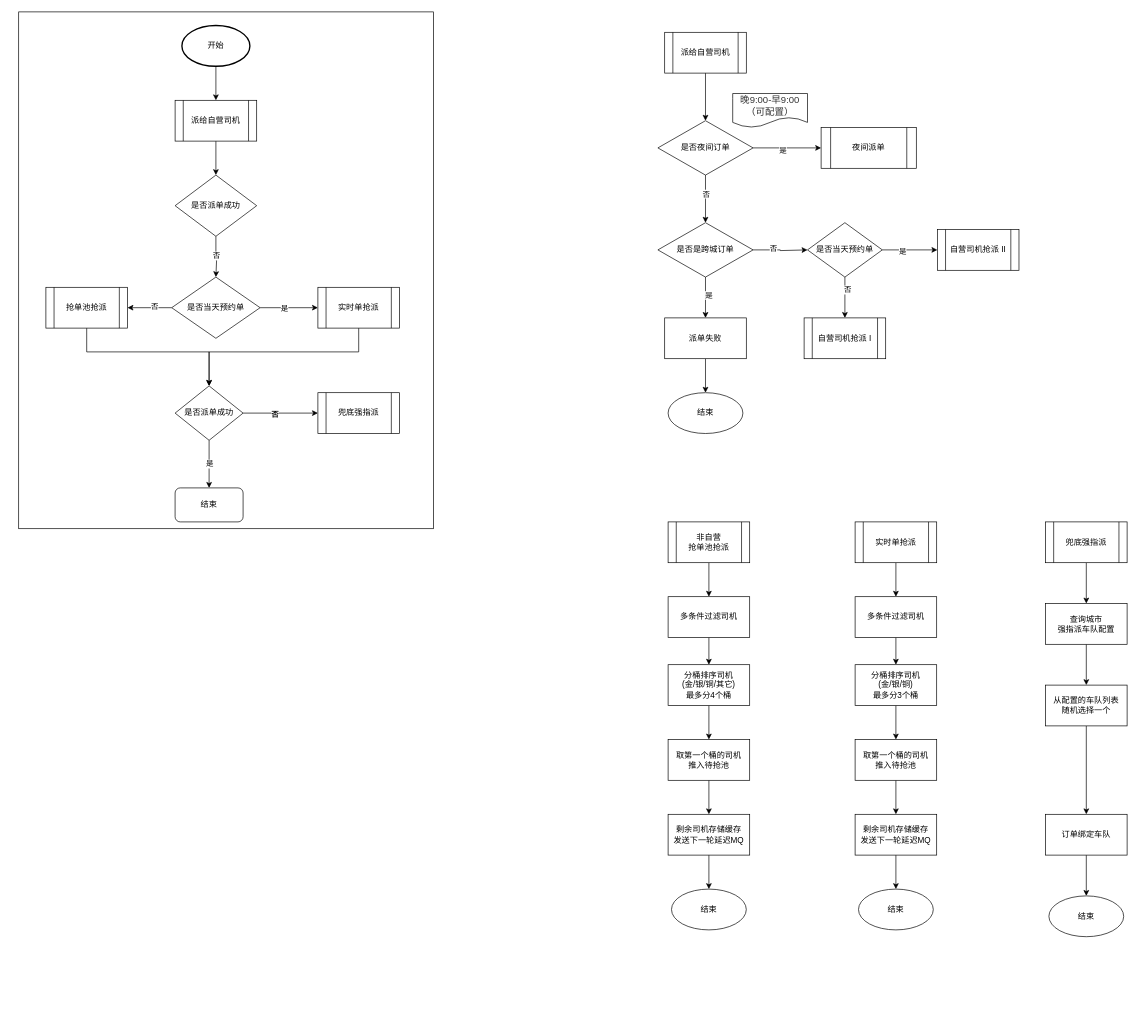
This is 搬家系统派单V1流程.drawio from jumpbyte/businessflow, a draw.io file, before an edit. Source tidied: cells renumbered, new cells numbered last; positions are measured from the earlier drawing's top-left corner, leaving out a move shared by most shapes. Both pictures are drawn from the tidied source at 68%, with x=0, y=0 at pixel (18, 12).
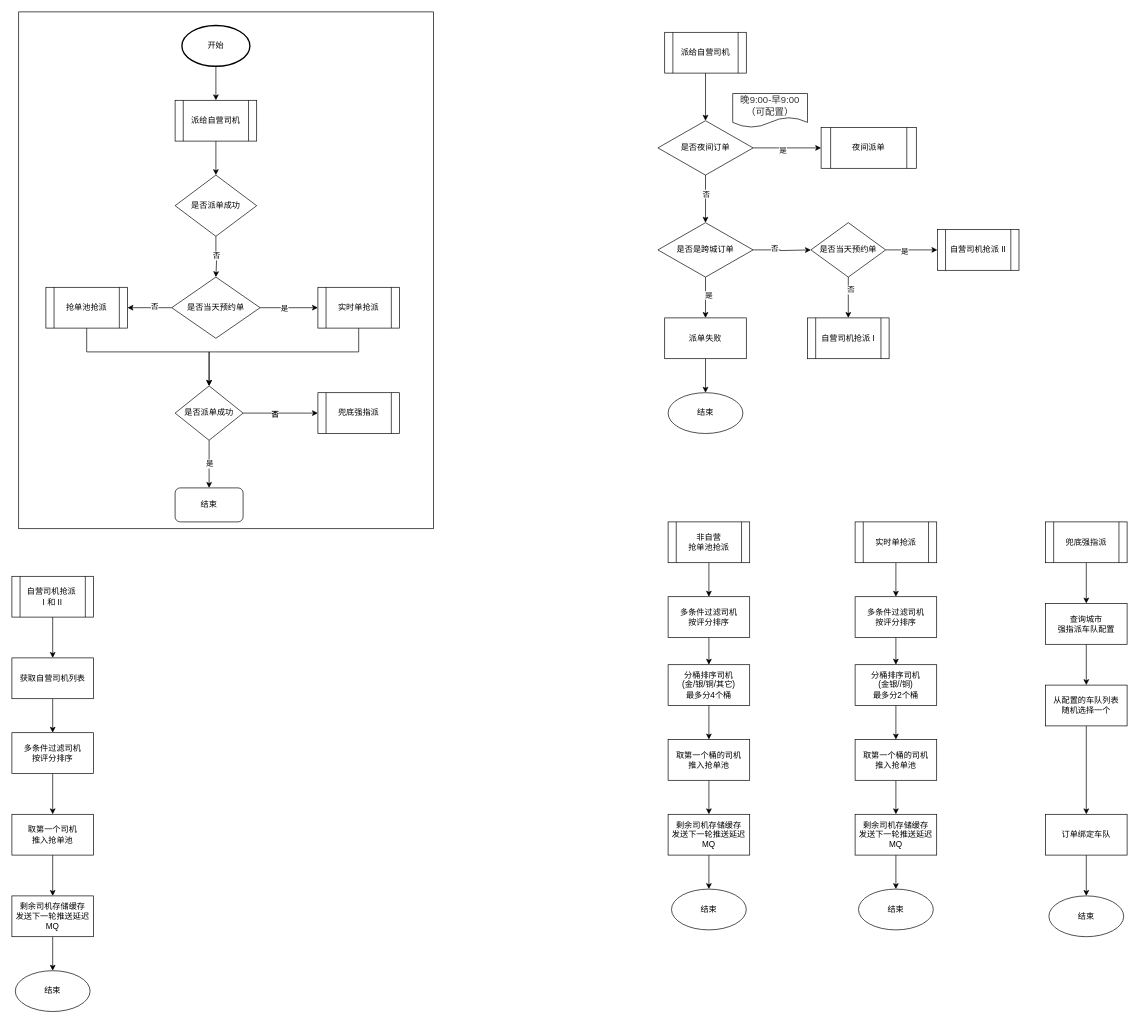
The same page after the edit.

Commit message:
更新搬家系统派单V1流程.drawio

The edit, as a diff of the source:
```diff
@@
     <mxCell id="46" value="是否当天预约单" style="rhombus;whiteSpace=wrap;html=1;" parent="1" vertex="1">
-      <mxGeometry x="1160" y="310" width="110" height="80" as="geometry" />
+      <mxGeometry x="1165" y="310" width="110" height="80" as="geometry" />
     </mxCell>
     <mxCell id="47" value="自营司机抢派 I" style="shape=process;whiteSpace=wrap;html=1;backgroundOutline=1;" parent="1" vertex="1">
-      <mxGeometry x="1155" y="450" width="120" height="60" as="geometry" />
+      <mxGeometry x="1160" y="450" width="120" height="60" as="geometry" />
     </mxCell>
@@
-    <mxCell id="53" value="多条件过滤司机" style="whiteSpace=wrap;html=1;" parent="1" vertex="1">
+    <mxCell id="53" value="多条件过滤司机&lt;div&gt;按评分排序&lt;br&gt;&lt;/div&gt;" style="whiteSpace=wrap;html=1;" parent="1" vertex="1">
       <mxGeometry x="955" y="860" width="120" height="60" as="geometry" />
     </mxCell>
@@
-    <mxCell id="57" value="取第一个桶的司机&lt;div&gt;推入待抢池&lt;/div&gt;" style="whiteSpace=wrap;html=1;" parent="1" vertex="1">
+    <mxCell id="57" value="取第一个桶的司机&lt;div&gt;推入抢单池&lt;/div&gt;" style="whiteSpace=wrap;html=1;" parent="1" vertex="1">
       <mxGeometry x="955" y="1070" width="120" height="60" as="geometry" />
     </mxCell>
@@
-    <mxCell id="59" value="剩余司机存储缓存&lt;div&gt;发送下一轮延迟MQ&lt;/div&gt;" style="whiteSpace=wrap;html=1;" parent="1" vertex="1">
+    <mxCell id="59" value="剩余司机存储缓存&lt;div&gt;发送下一轮推送延迟MQ&lt;/div&gt;" style="whiteSpace=wrap;html=1;" parent="1" vertex="1">
       <mxGeometry x="955" y="1180" width="120" height="60" as="geometry" />
     </mxCell>
@@
-    <mxCell id="64" value="多条件过滤司机" style="whiteSpace=wrap;html=1;" parent="1" vertex="1">
+    <mxCell id="64" value="多条件过滤司机&lt;div&gt;按评分排序&lt;br&gt;&lt;/div&gt;" style="whiteSpace=wrap;html=1;" parent="1" vertex="1">
       <mxGeometry x="1230" y="860" width="120" height="60" as="geometry" />
     </mxCell>
@@
-    <mxCell id="66" value="分桶排序司机&lt;div&gt;(金/银/铜)&lt;div&gt;最多分3个桶&lt;/div&gt;&lt;/div&gt;" style="whiteSpace=wrap;html=1;" parent="1" vertex="1">
+    <mxCell id="66" value="分桶排序司机&lt;div&gt;(金银//铜)&lt;div&gt;最多分2个桶&lt;/div&gt;&lt;/div&gt;" style="whiteSpace=wrap;html=1;" parent="1" vertex="1">
       <mxGeometry x="1230" y="960" width="120" height="60" as="geometry" />
     </mxCell>
@@
-    <mxCell id="68" value="取第一个桶的司机&lt;div&gt;推入待抢池&lt;/div&gt;" style="whiteSpace=wrap;html=1;" parent="1" vertex="1">
+    <mxCell id="68" value="取第一个桶的司机&lt;div&gt;推入抢单池&lt;/div&gt;" style="whiteSpace=wrap;html=1;" parent="1" vertex="1">
       <mxGeometry x="1230" y="1070" width="120" height="60" as="geometry" />
     </mxCell>
@@
-    <mxCell id="70" value="剩余司机存储缓存&lt;div&gt;发送下一轮延迟MQ&lt;/div&gt;" style="whiteSpace=wrap;html=1;" parent="1" vertex="1">
+    <mxCell id="70" value="剩余司机存储缓存&lt;div&gt;发送下一轮推送延迟MQ&lt;/div&gt;" style="whiteSpace=wrap;html=1;" parent="1" vertex="1">
       <mxGeometry x="1230" y="1180" width="120" height="60" as="geometry" />
     </mxCell>
@@
+    <mxCell id="81" style="edgeStyle=orthogonalEdgeStyle;rounded=0;jettySize=auto;html=1;entryX=0.5;entryY=0;entryDx=0;entryDy=0;" parent="1" edge="1" source="82" target="86">
+      <mxGeometry relative="1" as="geometry" />
+    </mxCell>
+    <mxCell id="82" value="自营司机抢派&amp;nbsp;&lt;div&gt;I 和 II&lt;/div&gt;" style="shape=process;whiteSpace=wrap;html=1;backgroundOutline=1;" parent="1" vertex="1">
+      <mxGeometry x="-10" y="830" width="120" height="60" as="geometry" />
+    </mxCell>
+    <mxCell id="83" style="edgeStyle=orthogonalEdgeStyle;rounded=0;jettySize=auto;html=1;" parent="1" edge="1" source="84" target="88">
+      <mxGeometry relative="1" as="geometry" />
+    </mxCell>
+    <mxCell id="84" value="多条件过滤司机&lt;div&gt;按评分排序&lt;/div&gt;" style="whiteSpace=wrap;html=1;" parent="1" vertex="1">
+      <mxGeometry x="-10" y="1060" width="120" height="60" as="geometry" />
+    </mxCell>
+    <mxCell id="85" style="edgeStyle=orthogonalEdgeStyle;rounded=0;jettySize=auto;html=1;" parent="1" edge="1" source="86" target="84">
+      <mxGeometry relative="1" as="geometry" />
+    </mxCell>
+    <mxCell id="86" value="获取自营司机列表" style="whiteSpace=wrap;html=1;" parent="1" vertex="1">
+      <mxGeometry x="-10" y="950" width="120" height="60" as="geometry" />
+    </mxCell>
+    <mxCell id="87" style="edgeStyle=orthogonalEdgeStyle;rounded=0;jettySize=auto;html=1;" parent="1" edge="1" source="88" target="90">
+      <mxGeometry relative="1" as="geometry" />
+    </mxCell>
+    <mxCell id="88" value="取第一个司机&lt;div&gt;推入抢单池&lt;/div&gt;" style="whiteSpace=wrap;html=1;" parent="1" vertex="1">
+      <mxGeometry x="-10" y="1180" width="120" height="60" as="geometry" />
+    </mxCell>
+    <mxCell id="89" style="edgeStyle=orthogonalEdgeStyle;rounded=0;jettySize=auto;html=1;entryX=0.5;entryY=0;entryDx=0;entryDy=0;" parent="1" edge="1" source="90" target="91">
+      <mxGeometry relative="1" as="geometry" />
+    </mxCell>
+    <mxCell id="90" value="剩余司机存储缓存&lt;div&gt;发送下一轮推送延迟MQ&lt;/div&gt;" style="whiteSpace=wrap;html=1;" parent="1" vertex="1">
+      <mxGeometry x="-10" y="1300" width="120" height="60" as="geometry" />
+    </mxCell>
+    <mxCell id="91" value="结束" style="ellipse;whiteSpace=wrap;html=1;" parent="1" vertex="1">
+      <mxGeometry x="-5" y="1410" width="110" height="60" as="geometry" />
+    </mxCell>
```
